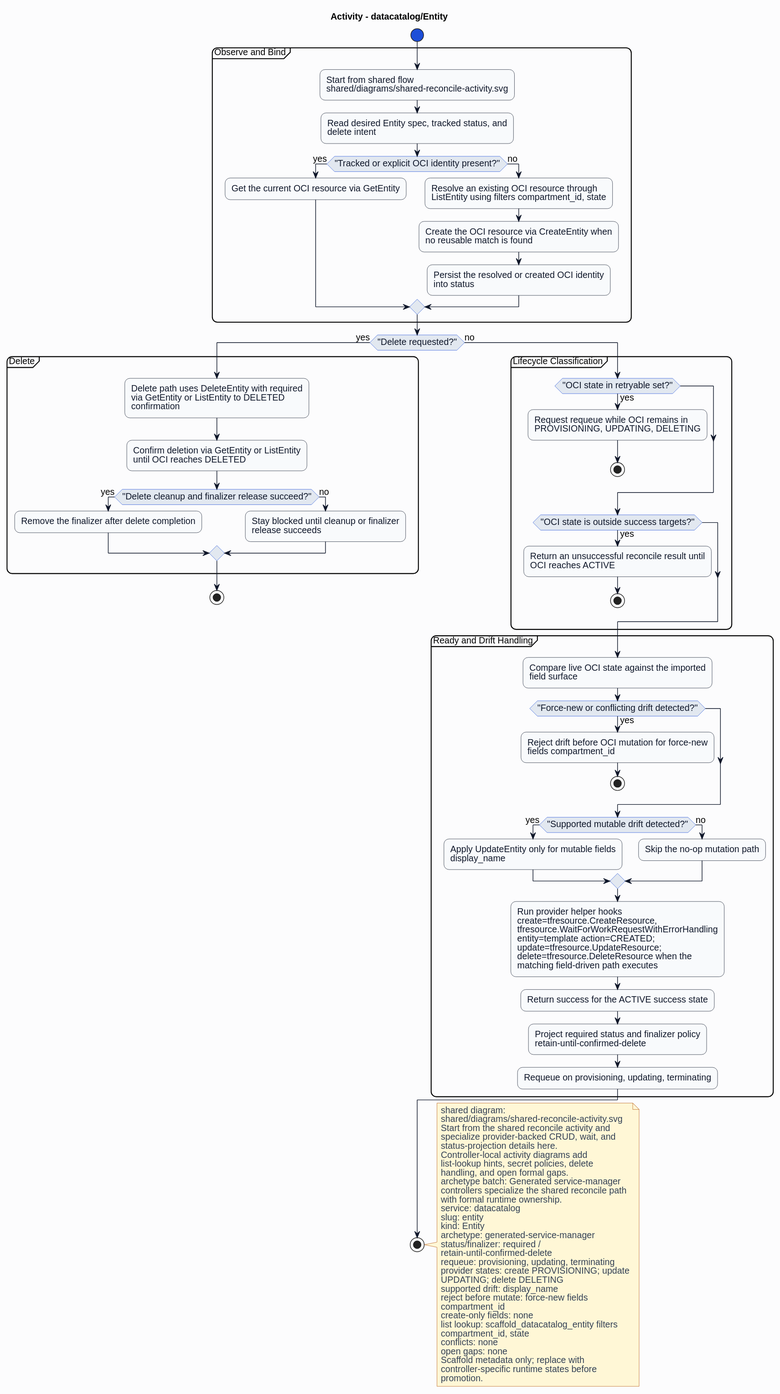
Before: formal/controllers/datacatalog/entity/diagrams/activity.svg, a diagram exported from PlantUML (HaoyL666/oci-service-operator).
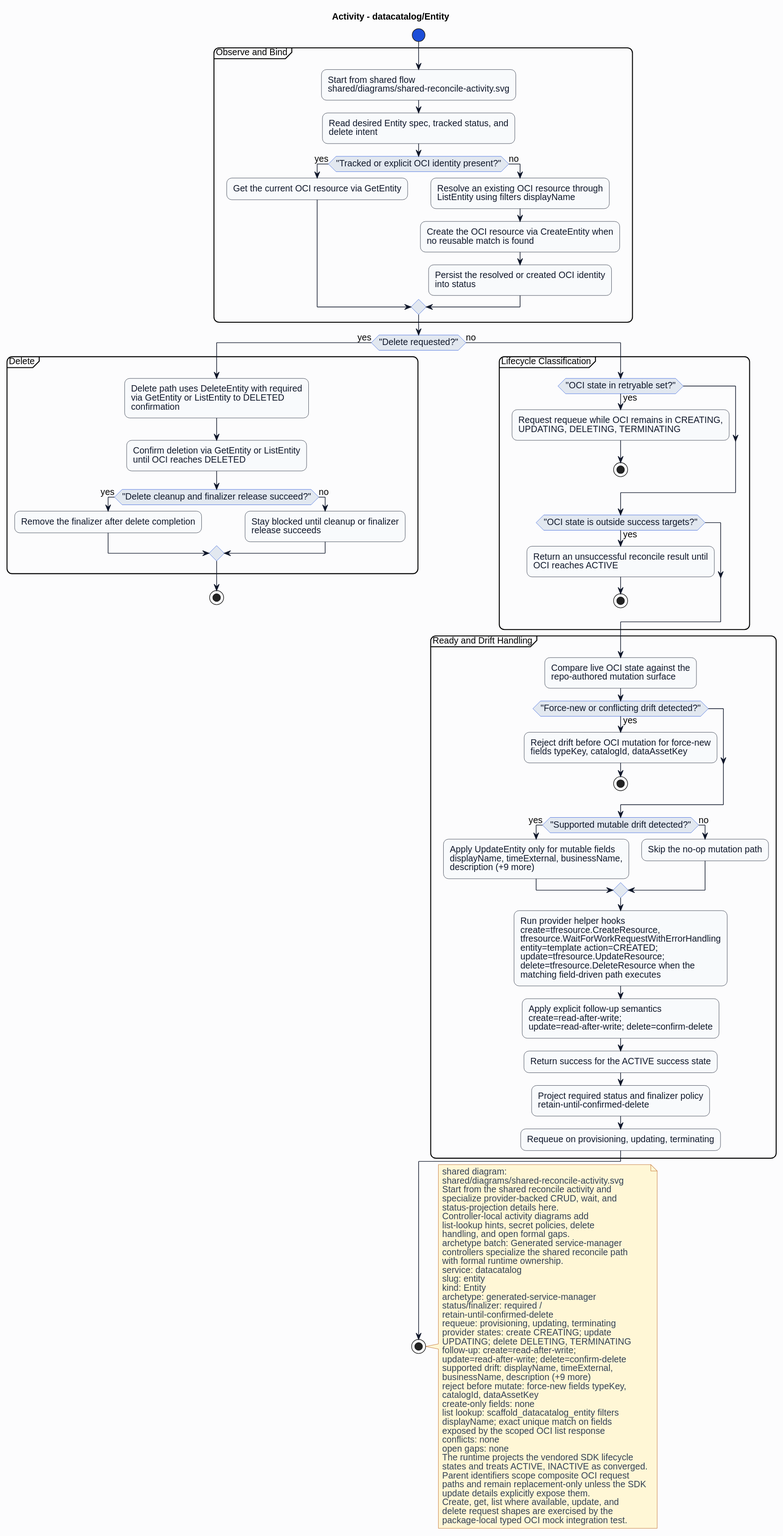
After the change.

The edit, as a diff of the source:
```diff
@@ -27,7 +27,7 @@
 if ("Tracked or explicit OCI identity present?") then (yes)
 :Get the current OCI resource via GetEntity;
 else (no)
-:Resolve an existing OCI resource through\nListEntity using filters compartment_id, state;
+:Resolve an existing OCI resource through\nListEntity using filters displayName;
 :Create the OCI resource via CreateEntity when\nno reusable match is found;
 :Persist the resolved or created OCI identity\ninto status;
 endif
@@ -46,7 +46,7 @@
 else (no)
 partition "Lifecycle Classification" {
 if ("OCI state in retryable set?") then (yes)
-:Request requeue while OCI remains in\nPROVISIONING, UPDATING, DELETING;
+:Request requeue while OCI remains in CREATING,\nUPDATING, DELETING, TERMINATING;
 stop
 endif
 if ("OCI state is outside success targets?") then (yes)
@@ -55,17 +55,18 @@
 endif
 }
 partition "Ready and Drift Handling" {
-:Compare live OCI state against the imported\nfield surface;
+:Compare live OCI state against the\nrepo-authored mutation surface;
 if ("Force-new or conflicting drift detected?") then (yes)
-:Reject drift before OCI mutation for force-new\nfields compartment_id;
+:Reject drift before OCI mutation for force-new\nfields typeKey, catalogId, dataAssetKey;
 stop
 endif
 if ("Supported mutable drift detected?") then (yes)
-:Apply UpdateEntity only for mutable fields\ndisplay_name;
+:Apply UpdateEntity only for mutable fields\ndisplayName, timeExternal, businessName,\ndescription (+9 more);
 else (no)
 :Skip the no-op mutation path;
 endif
 :Run provider helper hooks\ncreate=tfresource.CreateResource,\ntfresource.WaitForWorkRequestWithErrorHandling\nentity=template action=CREATED;\nupdate=tfresource.UpdateResource;\ndelete=tfresource.DeleteResource when the\nmatching field-driven path executes;
+:Apply explicit follow-up semantics\ncreate=read-after-write;\nupdate=read-after-write; delete=confirm-delete;
 :Return success for the ACTIVE success state;
 :Project required status and finalizer policy\nretain-until-confirmed-delete;
 :Requeue on provisioning, updating, terminating;
@@ -91,18 +92,27 @@
 status/finalizer: required /
 retain-until-confirmed-delete
 requeue: provisioning, updating, terminating
-provider states: create PROVISIONING; update
-UPDATING; delete DELETING
-supported drift: display_name
-reject before mutate: force-new fields
-compartment_id
+provider states: create CREATING; update
+UPDATING; delete DELETING, TERMINATING
+follow-up: create=read-after-write;
+update=read-after-write; delete=confirm-delete
+supported drift: displayName, timeExternal,
+businessName, description (+9 more)
+reject before mutate: force-new fields typeKey,
+catalogId, dataAssetKey
 create-only fields: none
 list lookup: scaffold_datacatalog_entity filters
-compartment_id, state
+displayName; exact unique match on fields
+exposed by the scoped OCI list response
 conflicts: none
 open gaps: none
-Scaffold metadata only; replace with
-controller-specific runtime states before
-promotion.
+The runtime projects the vendored SDK lifecycle
+states and treats ACTIVE, INACTIVE as converged.
+Parent identifiers scope composite OCI request
+paths and remain replacement-only unless the SDK
+update details explicitly expose them.
+Create, get, list where available, update, and
+delete request shapes are exercised by the
+package-local typed OCI mock integration test.
 end note
 @enduml
```
